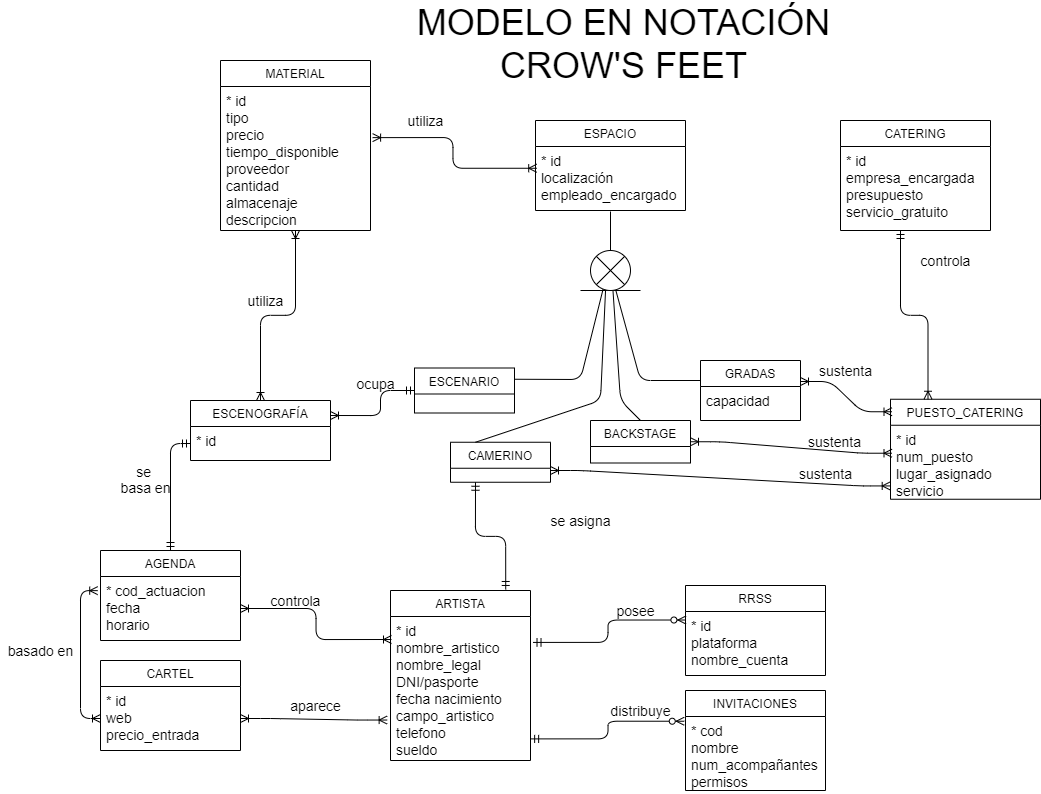
Earlier version of the draw.io export Modelo físico/Crows_feet.png (mariaalamocedillo/Quevedofest). Source tidied: cells renumbered, new cells last; positions are measured from the earlier drawing's top-left corner, leaving out a move shared by most shapes. Source of this version:
```xml
<mxGraphModel>
  <root>
    <mxCell id="0" />
    <mxCell id="1" parent="0" />
    <mxCell id="2" value="ESCENOGRAFÍA" style="swimlane;fontStyle=0;horizontal=1;startSize=26;fillColor=none;" parent="1" vertex="1">
      <mxGeometry x="190" y="400" width="140" height="60" as="geometry" />
    </mxCell>
    <mxCell id="3" value="* id" style="text;strokeColor=none;fillColor=none;align=left;verticalAlign=top;spacingLeft=4;spacingRight=4;overflow=hidden;points=[[0,0.5],[1,0.5]];portConstraint=eastwest;fontSize=14;" parent="2" vertex="1">
      <mxGeometry y="26" width="140" height="34" as="geometry" />
    </mxCell>
    <mxCell id="4" value="ARTISTA" style="swimlane;fontStyle=0;horizontal=1;startSize=26;fillColor=none;" parent="1" vertex="1">
      <mxGeometry x="390" y="590" width="140" height="170" as="geometry" />
    </mxCell>
    <mxCell id="5" value="* id&#10;nombre_artistico&#10;nombre_legal&#10;DNI/pasporte&#10;fecha nacimiento&#10;campo_artistico&#10;telefono&#10;sueldo " style="text;strokeColor=none;fillColor=none;align=left;verticalAlign=top;spacingLeft=4;spacingRight=4;overflow=hidden;points=[[0,0.5],[1,0.5]];portConstraint=eastwest;fontSize=14;" parent="4" vertex="1">
      <mxGeometry y="26" width="140" height="144" as="geometry" />
    </mxCell>
    <mxCell id="6" value="RRSS" style="swimlane;fontStyle=0;horizontal=1;startSize=26;fillColor=none;" parent="1" vertex="1">
      <mxGeometry x="685" y="585" width="140" height="90" as="geometry" />
    </mxCell>
    <mxCell id="7" value="* id&#10;plataforma&#10;nombre_cuenta" style="text;strokeColor=none;fillColor=none;align=left;verticalAlign=top;spacingLeft=4;spacingRight=4;overflow=hidden;points=[[0,0.5],[1,0.5]];portConstraint=eastwest;fontSize=14;" parent="6" vertex="1">
      <mxGeometry y="26" width="140" height="64" as="geometry" />
    </mxCell>
    <mxCell id="8" value="CARTEL" style="swimlane;fontStyle=0;horizontal=1;startSize=26;fillColor=none;" parent="1" vertex="1">
      <mxGeometry x="100" y="660" width="140" height="90" as="geometry" />
    </mxCell>
    <mxCell id="9" value="* id&#10;web&#10;precio_entrada&#10;" style="text;strokeColor=none;fillColor=none;align=left;verticalAlign=top;spacingLeft=4;spacingRight=4;overflow=hidden;points=[[0,0.5],[1,0.5]];portConstraint=eastwest;fontSize=14;" parent="8" vertex="1">
      <mxGeometry y="26" width="140" height="64" as="geometry" />
    </mxCell>
    <mxCell id="10" value="AGENDA" style="swimlane;fontStyle=0;horizontal=1;startSize=26;fillColor=none;" parent="1" vertex="1">
      <mxGeometry x="100" y="550" width="140" height="90" as="geometry" />
    </mxCell>
    <mxCell id="11" value="* cod_actuacion&#10;fecha&#10;horario " style="text;strokeColor=none;fillColor=none;align=left;verticalAlign=top;spacingLeft=4;spacingRight=4;overflow=hidden;points=[[0,0.5],[1,0.5]];portConstraint=eastwest;fontSize=14;" parent="10" vertex="1">
      <mxGeometry y="26" width="140" height="64" as="geometry" />
    </mxCell>
    <mxCell id="12" value="INVITACIONES" style="swimlane;fontStyle=0;horizontal=1;startSize=26;fillColor=none;" parent="1" vertex="1">
      <mxGeometry x="685" y="690" width="140" height="100" as="geometry" />
    </mxCell>
    <mxCell id="13" value="* cod&#10;nombre&#10;num_acompañantes&#10;permisos " style="text;strokeColor=none;fillColor=none;align=left;verticalAlign=top;spacingLeft=4;spacingRight=4;overflow=hidden;points=[[0,0.5],[1,0.5]];portConstraint=eastwest;fontSize=14;" parent="12" vertex="1">
      <mxGeometry y="26" width="140" height="74" as="geometry" />
    </mxCell>
    <mxCell id="14" style="edgeStyle=orthogonalEdgeStyle;fontSize=12;html=1;endArrow=ERzeroToMany;startArrow=ERmandOne;exitX=1.018;exitY=0.18;exitDx=0;exitDy=0;exitPerimeter=0;entryX=0.003;entryY=0.133;entryDx=0;entryDy=0;entryPerimeter=0;" parent="1" edge="1" source="5" target="7">
      <mxGeometry relative="1" as="geometry" />
    </mxCell>
    <mxCell id="15" style="edgeStyle=orthogonalEdgeStyle;fontSize=12;html=1;endArrow=ERzeroToMany;startArrow=ERmandOne;exitX=1.001;exitY=0.85;exitDx=0;exitDy=0;exitPerimeter=0;entryX=-0.009;entryY=0.064;entryDx=0;entryDy=0;entryPerimeter=0;" parent="1" edge="1" source="5" target="13">
      <mxGeometry relative="1" as="geometry" />
    </mxCell>
    <mxCell id="16" style="fontSize=12;html=1;endArrow=ERoneToMany;startArrow=ERoneToMany;exitX=1;exitY=0.5;exitDx=0;exitDy=0;edgeStyle=orthogonalEdgeStyle;" parent="1" edge="1" source="11">
      <mxGeometry relative="1" as="geometry">
        <mxPoint x="391" y="639" as="targetPoint" />
      </mxGeometry>
    </mxCell>
    <mxCell id="17" style="edgeStyle=entityRelationEdgeStyle;fontSize=12;html=1;endArrow=ERoneToMany;startArrow=ERoneToMany;exitX=-0.024;exitY=0.719;exitDx=0;exitDy=0;entryX=1;entryY=0.5;entryDx=0;entryDy=0;exitPerimeter=0;" parent="1" edge="1" source="5" target="9">
      <mxGeometry relative="1" as="geometry" />
    </mxCell>
    <mxCell id="18" style="edgeStyle=orthogonalEdgeStyle;fontSize=12;html=1;endArrow=ERoneToMany;startArrow=ERoneToMany;exitX=0;exitY=0.5;exitDx=0;exitDy=0;entryX=-0.02;entryY=0.221;entryDx=0;entryDy=0;entryPerimeter=0;" parent="1" edge="1" source="9" target="11">
      <mxGeometry relative="1" as="geometry">
        <Array as="points">
          <mxPoint x="80" y="718" />
          <mxPoint x="80" y="590" />
        </Array>
      </mxGeometry>
    </mxCell>
    <mxCell id="19" value="ESPACIO" style="swimlane;fontStyle=0;horizontal=1;startSize=26;fillColor=none;" parent="1" vertex="1">
      <mxGeometry x="535" y="120" width="150" height="90" as="geometry" />
    </mxCell>
    <mxCell id="20" value="* id&#10;localización&#10;empleado_encargado " style="text;strokeColor=none;fillColor=none;align=left;verticalAlign=top;spacingLeft=4;spacingRight=4;overflow=hidden;points=[[0,0.5],[1,0.5]];portConstraint=eastwest;fontSize=14;" parent="19" vertex="1">
      <mxGeometry y="26" width="150" height="64" as="geometry" />
    </mxCell>
    <mxCell id="21" value="controla" style="text;html=1;align=center;verticalAlign=middle;strokeColor=none;fontSize=14;" parent="1" vertex="1">
      <mxGeometry x="260" y="590" width="70" height="20" as="geometry" />
    </mxCell>
    <mxCell id="22" value="aparece" style="text;html=1;align=center;verticalAlign=middle;strokeColor=none;fontSize=14;" parent="1" vertex="1">
      <mxGeometry x="280" y="695" width="70" height="20" as="geometry" />
    </mxCell>
    <mxCell id="23" value="basado en" style="text;html=1;align=center;verticalAlign=middle;strokeColor=none;fontSize=14;" parent="1" vertex="1">
      <mxGeometry y="640" width="80" height="20" as="geometry" />
    </mxCell>
    <mxCell id="24" value="distribuye" style="text;html=1;align=center;verticalAlign=middle;strokeColor=none;fontSize=14;" parent="1" vertex="1">
      <mxGeometry x="600" y="700" width="80" height="20" as="geometry" />
    </mxCell>
    <mxCell id="25" value="posee" style="text;html=1;align=center;verticalAlign=middle;strokeColor=none;fontSize=14;" parent="1" vertex="1">
      <mxGeometry x="610" y="600" width="50" height="20" as="geometry" />
    </mxCell>
    <mxCell id="26" value="se &lt;br&gt;basa en" style="text;html=1;align=center;verticalAlign=middle;strokeColor=none;fontSize=14;" parent="1" vertex="1">
      <mxGeometry x="110" y="458.8" width="70" height="40" as="geometry" />
    </mxCell>
    <mxCell id="27" style="edgeStyle=orthogonalEdgeStyle;fontSize=12;html=1;endArrow=ERmandOne;startArrow=ERmandOne;exitX=0.823;exitY=-0.006;exitDx=0;exitDy=0;exitPerimeter=0;entryX=0.25;entryY=1;entryDx=0;entryDy=0;" parent="1" edge="1" source="4" target="40">
      <mxGeometry relative="1" as="geometry" />
    </mxCell>
    <mxCell id="28" value="se asigna" style="text;html=1;align=center;verticalAlign=middle;strokeColor=none;fontSize=14;" parent="1" vertex="1">
      <mxGeometry x="540" y="510" width="80" height="20" as="geometry" />
    </mxCell>
    <mxCell id="29" style="edgeStyle=orthogonalEdgeStyle;fontSize=12;html=1;endArrow=ERoneToMany;startArrow=ERmandOne;entryX=1;entryY=0.25;entryDx=0;entryDy=0;exitX=0;exitY=0.5;exitDx=0;exitDy=0;" parent="1" edge="1" source="41" target="2">
      <mxGeometry relative="1" as="geometry">
        <Array as="points">
          <mxPoint x="380" y="390" />
          <mxPoint x="380" y="415" />
        </Array>
      </mxGeometry>
    </mxCell>
    <mxCell id="30" value="ocupa" style="text;html=1;align=center;verticalAlign=middle;strokeColor=none;fontSize=14;" parent="1" vertex="1">
      <mxGeometry x="350" y="372.5" width="50" height="20" as="geometry" />
    </mxCell>
    <mxCell id="31" style="edgeStyle=entityRelationEdgeStyle;fontSize=12;html=1;endArrow=ERoneToMany;startArrow=ERoneToMany;entryX=0.01;entryY=0.125;entryDx=0;entryDy=0;exitX=1;exitY=-0.147;exitDx=0;exitDy=0;entryPerimeter=0;exitPerimeter=0;" parent="1" edge="1" source="43" target="34">
      <mxGeometry relative="1" as="geometry" />
    </mxCell>
    <mxCell id="32" value="CATERING" style="swimlane;fontStyle=0;horizontal=1;startSize=26;fillColor=none;" parent="1" vertex="1">
      <mxGeometry x="840" y="120" width="150" height="110" as="geometry" />
    </mxCell>
    <mxCell id="33" value="* id&#10;empresa_encargada&#10;presupuesto&#10;servicio_gratuito&#10;" style="text;strokeColor=none;fillColor=none;align=left;verticalAlign=top;spacingLeft=4;spacingRight=4;overflow=hidden;fontSize=14;" parent="32" vertex="1">
      <mxGeometry y="26" width="150" height="84" as="geometry" />
    </mxCell>
    <mxCell id="34" value="PUESTO_CATERING" style="swimlane;fontStyle=0;horizontal=1;startSize=26;fillColor=none;" parent="1" vertex="1">
      <mxGeometry x="890" y="398.8" width="150" height="100" as="geometry" />
    </mxCell>
    <mxCell id="35" value="* id&#10;num_puesto&#10;lugar_asignado&#10;servicio" style="text;strokeColor=none;fillColor=none;align=left;verticalAlign=top;spacingLeft=4;spacingRight=4;overflow=hidden;points=[[0,0.5],[1,0.5]];portConstraint=eastwest;fontSize=14;" parent="34" vertex="1">
      <mxGeometry y="26" width="150" height="74" as="geometry" />
    </mxCell>
    <mxCell id="36" style="edgeStyle=elbowEdgeStyle;fontSize=12;html=1;endArrow=ERoneToMany;startArrow=ERmandOne;entryX=0.25;entryY=0;entryDx=0;entryDy=0;elbow=vertical;" parent="1" edge="1" target="34">
      <mxGeometry relative="1" as="geometry">
        <mxPoint x="900" y="230" as="sourcePoint" />
      </mxGeometry>
    </mxCell>
    <mxCell id="37" value="controla" style="text;html=1;align=center;verticalAlign=middle;strokeColor=none;fontSize=14;" parent="1" vertex="1">
      <mxGeometry x="910" y="250" width="70" height="20" as="geometry" />
    </mxCell>
    <mxCell id="38" value="sustenta" style="text;html=1;align=center;verticalAlign=middle;strokeColor=none;fontSize=14;" parent="1" vertex="1">
      <mxGeometry x="810" y="360" width="70" height="20" as="geometry" />
    </mxCell>
    <mxCell id="39" value="BACKSTAGE" style="swimlane;fontStyle=0;horizontal=1;startSize=26;fillColor=none;" parent="1" vertex="1">
      <mxGeometry x="590" y="420" width="100" height="42.5" as="geometry" />
    </mxCell>
    <mxCell id="40" value="CAMERINO" style="swimlane;fontStyle=0;horizontal=1;startSize=26;fillColor=none;" parent="1" vertex="1">
      <mxGeometry x="450" y="441.8" width="100" height="40" as="geometry" />
    </mxCell>
    <mxCell id="41" value="ESCENARIO" style="swimlane;fontStyle=0;horizontal=1;startSize=26;fillColor=none;" parent="1" vertex="1">
      <mxGeometry x="414" y="367.5" width="100" height="45" as="geometry" />
    </mxCell>
    <mxCell id="42" value="GRADAS" style="swimlane;fontStyle=0;horizontal=1;startSize=26;fillColor=none;" parent="1" vertex="1">
      <mxGeometry x="700" y="360" width="100" height="60" as="geometry" />
    </mxCell>
    <mxCell id="43" value="capacidad" style="text;strokeColor=none;fillColor=none;align=left;verticalAlign=top;spacingLeft=4;spacingRight=4;overflow=hidden;points=[[0,0.5],[1,0.5]];portConstraint=eastwest;fontSize=14;" parent="42" vertex="1">
      <mxGeometry y="26" width="100" height="34" as="geometry" />
    </mxCell>
    <mxCell id="44" style="edgeStyle=entityRelationEdgeStyle;fontSize=12;html=1;endArrow=ERoneToMany;startArrow=ERoneToMany;entryX=-0.002;entryY=0.82;entryDx=0;entryDy=0;entryPerimeter=0;" parent="1" edge="1" target="35">
      <mxGeometry relative="1" as="geometry">
        <mxPoint x="550" y="470" as="sourcePoint" />
      </mxGeometry>
    </mxCell>
    <mxCell id="45" value="sustenta" style="text;html=1;align=center;verticalAlign=middle;strokeColor=none;fontSize=14;" parent="1" vertex="1">
      <mxGeometry x="790" y="462.5" width="70" height="20" as="geometry" />
    </mxCell>
    <mxCell id="46" style="endArrow=none;html=1;fontSize=14;" parent="1" edge="1">
      <mxGeometry relative="1" as="geometry">
        <mxPoint x="580" y="290" as="sourcePoint" />
        <mxPoint x="640" y="290" as="targetPoint" />
      </mxGeometry>
    </mxCell>
    <mxCell id="47" style="endArrow=none;html=1;fontSize=14;entryX=0.5;entryY=0;entryDx=0;entryDy=0;" parent="1" edge="1" target="52">
      <mxGeometry relative="1" as="geometry">
        <mxPoint x="610" y="211" as="sourcePoint" />
      </mxGeometry>
    </mxCell>
    <mxCell id="48" style="endArrow=none;html=1;fontSize=14;exitX=1;exitY=0.25;exitDx=0;exitDy=0;entryX=0.318;entryY=0.953;entryDx=0;entryDy=0;entryPerimeter=0;" parent="1" edge="1" source="41" target="52">
      <mxGeometry relative="1" as="geometry">
        <Array as="points">
          <mxPoint x="580" y="379" />
        </Array>
      </mxGeometry>
    </mxCell>
    <mxCell id="49" style="endArrow=none;html=1;fontSize=14;" parent="1" edge="1" target="52">
      <mxGeometry relative="1" as="geometry">
        <mxPoint x="700" y="380" as="sourcePoint" />
        <Array as="points">
          <mxPoint x="640" y="380" />
        </Array>
      </mxGeometry>
    </mxCell>
    <mxCell id="50" style="endArrow=none;html=1;fontSize=14;exitX=0.25;exitY=0;exitDx=0;exitDy=0;entryX=0.395;entryY=0.585;entryDx=0;entryDy=0;entryPerimeter=0;" parent="1" edge="1" source="40" target="52">
      <mxGeometry relative="1" as="geometry">
        <Array as="points">
          <mxPoint x="600" y="400" />
        </Array>
      </mxGeometry>
    </mxCell>
    <mxCell id="51" style="endArrow=none;html=1;fontSize=14;exitX=0.5;exitY=0;exitDx=0;exitDy=0;entryX=0.528;entryY=0.508;entryDx=0;entryDy=0;entryPerimeter=0;" parent="1" edge="1" source="39" target="52">
      <mxGeometry relative="1" as="geometry">
        <Array as="points">
          <mxPoint x="620" y="400" />
        </Array>
      </mxGeometry>
    </mxCell>
    <mxCell id="52" style="shape=sumEllipse;perimeter=ellipsePerimeter;whiteSpace=wrap;html=1;backgroundOutline=1;fontSize=14;" parent="1" vertex="1">
      <mxGeometry x="590" y="250" width="40" height="40" as="geometry" />
    </mxCell>
    <mxCell id="53" value="MATERIAL" style="swimlane;fontStyle=0;horizontal=1;startSize=26;fillColor=none;" parent="1" vertex="1">
      <mxGeometry x="220" y="60" width="150" height="170" as="geometry" />
    </mxCell>
    <mxCell id="54" value="* id&#10;tipo&#10;precio&#10;tiempo_disponible&#10;proveedor&#10;cantidad&#10;almacenaje&#10;descripcion" style="text;strokeColor=none;fillColor=none;align=left;verticalAlign=top;spacingLeft=4;spacingRight=4;overflow=hidden;points=[[0,0.5],[1,0.5]];portConstraint=eastwest;fontSize=14;" parent="53" vertex="1">
      <mxGeometry y="26" width="150" height="144" as="geometry" />
    </mxCell>
    <mxCell id="55" style="fontSize=12;html=1;endArrow=ERoneToMany;startArrow=ERoneToMany;exitX=1.014;exitY=0.355;exitDx=0;exitDy=0;edgeStyle=orthogonalEdgeStyle;exitPerimeter=0;entryX=0.008;entryY=0.34;entryDx=0;entryDy=0;entryPerimeter=0;" parent="1" edge="1" source="54" target="20">
      <mxGeometry relative="1" as="geometry" />
    </mxCell>
    <mxCell id="56" style="fontSize=12;html=1;endArrow=ERoneToMany;startArrow=ERoneToMany;entryX=0.5;entryY=0;entryDx=0;entryDy=0;edgeStyle=elbowEdgeStyle;elbow=vertical;" parent="1" edge="1" source="54" target="2">
      <mxGeometry relative="1" as="geometry" />
    </mxCell>
    <mxCell id="57" value="utiliza" style="text;html=1;align=center;verticalAlign=middle;strokeColor=none;fontSize=14;" parent="1" vertex="1">
      <mxGeometry x="400" y="110" width="50" height="20" as="geometry" />
    </mxCell>
    <mxCell id="58" value="utiliza" style="text;html=1;align=center;verticalAlign=middle;strokeColor=none;fontSize=14;" parent="1" vertex="1">
      <mxGeometry x="240" y="290" width="50" height="20" as="geometry" />
    </mxCell>
    <mxCell id="59" value="&lt;span style=&quot;font-size: 36px&quot;&gt;MODELO EN NOTACIÓN CROW'S FEET&lt;/span&gt;" style="text;html=1;strokeColor=none;fillColor=none;align=center;verticalAlign=middle;whiteSpace=wrap;rounded=0;" parent="1" vertex="1">
      <mxGeometry x="414" width="419" height="85.7" as="geometry" />
    </mxCell>
    <mxCell id="60" style="edgeStyle=orthogonalEdgeStyle;fontSize=12;html=1;endArrow=ERmandOne;startArrow=ERmandOne;exitX=0.5;exitY=0;exitDx=0;exitDy=0;entryX=0;entryY=0.5;entryDx=0;entryDy=0;" parent="1" edge="1" source="10" target="3">
      <mxGeometry relative="1" as="geometry" />
    </mxCell>
    <mxCell id="61" style="edgeStyle=entityRelationEdgeStyle;fontSize=12;html=1;endArrow=ERoneToMany;startArrow=ERoneToMany;entryX=0.01;entryY=0.378;entryDx=0;entryDy=0;exitX=1;exitY=0.5;exitDx=0;exitDy=0;entryPerimeter=0;" parent="1" edge="1" source="39" target="35">
      <mxGeometry relative="1" as="geometry" />
    </mxCell>
    <mxCell id="62" value="sustenta" style="text;html=1;align=center;verticalAlign=middle;strokeColor=none;fontSize=14;" parent="1" vertex="1">
      <mxGeometry x="798.5" y="430.5" width="70" height="20" as="geometry" />
    </mxCell>
  </root>
</mxGraphModel>
```
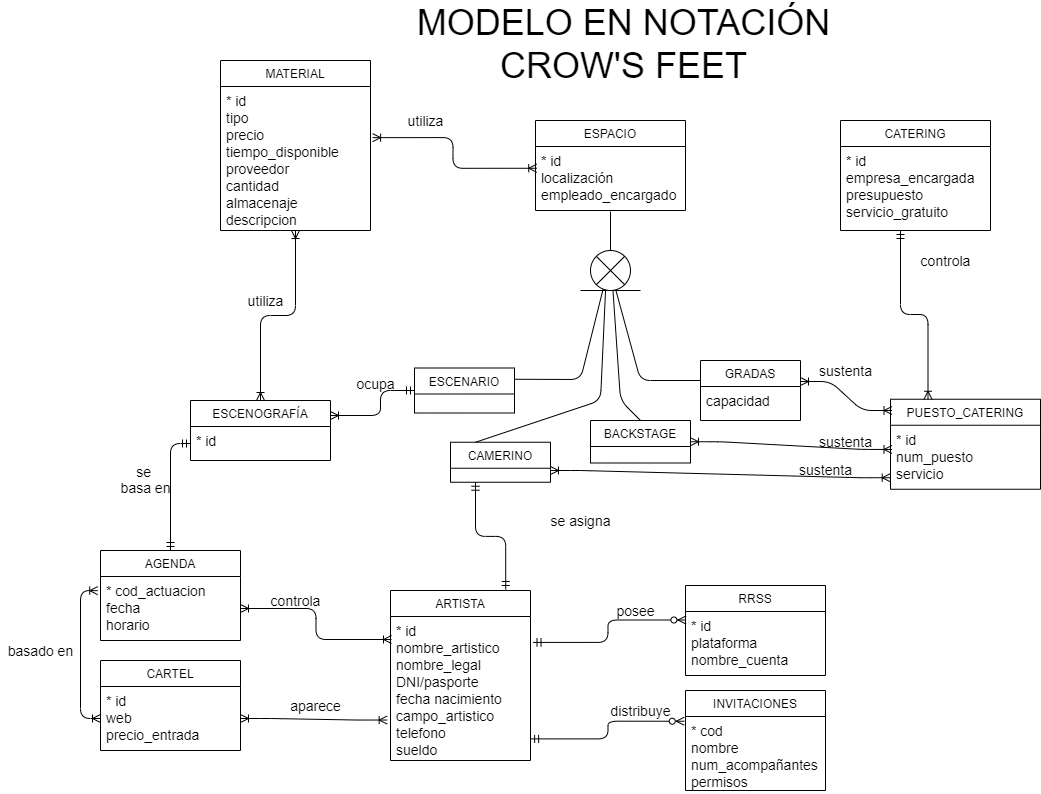
After the commit.

Diff of the diagram source:
```diff
@@ -111,10 +111,10 @@
       <mxGeometry y="26" width="150" height="84" as="geometry" />
     </mxCell>
     <mxCell id="34" value="PUESTO_CATERING" style="swimlane;fontStyle=0;horizontal=1;startSize=26;fillColor=none;" parent="1" vertex="1">
-      <mxGeometry x="890" y="398.8" width="150" height="100" as="geometry" />
+      <mxGeometry x="890" y="398.8" width="150" height="90" as="geometry" />
     </mxCell>
-    <mxCell id="35" value="* id&#10;num_puesto&#10;lugar_asignado&#10;servicio" style="text;strokeColor=none;fillColor=none;align=left;verticalAlign=top;spacingLeft=4;spacingRight=4;overflow=hidden;points=[[0,0.5],[1,0.5]];portConstraint=eastwest;fontSize=14;" parent="34" vertex="1">
-      <mxGeometry y="26" width="150" height="74" as="geometry" />
+    <mxCell id="35" value="* id&#10;num_puesto&#10;servicio" style="text;strokeColor=none;fillColor=none;align=left;verticalAlign=top;spacingLeft=4;spacingRight=4;overflow=hidden;points=[[0,0.5],[1,0.5]];portConstraint=eastwest;fontSize=14;" parent="34" vertex="1">
+      <mxGeometry y="26" width="150" height="64" as="geometry" />
     </mxCell>
     <mxCell id="36" style="edgeStyle=elbowEdgeStyle;fontSize=12;html=1;endArrow=ERoneToMany;startArrow=ERmandOne;entryX=0.25;entryY=0;entryDx=0;entryDy=0;elbow=vertical;" parent="1" edge="1" target="34">
       <mxGeometry relative="1" as="geometry">
@@ -148,7 +148,7 @@
       </mxGeometry>
     </mxCell>
     <mxCell id="45" value="sustenta" style="text;html=1;align=center;verticalAlign=middle;strokeColor=none;fontSize=14;" parent="1" vertex="1">
-      <mxGeometry x="790" y="462.5" width="70" height="20" as="geometry" />
+      <mxGeometry x="790" y="458.8" width="70" height="20" as="geometry" />
     </mxCell>
     <mxCell id="46" style="endArrow=none;html=1;fontSize=14;" parent="1" edge="1">
       <mxGeometry relative="1" as="geometry">
@@ -221,7 +221,7 @@
       <mxGeometry relative="1" as="geometry" />
     </mxCell>
     <mxCell id="62" value="sustenta" style="text;html=1;align=center;verticalAlign=middle;strokeColor=none;fontSize=14;" parent="1" vertex="1">
-      <mxGeometry x="798.5" y="430.5" width="70" height="20" as="geometry" />
+      <mxGeometry x="810" y="431.2" width="70" height="20" as="geometry" />
     </mxCell>
   </root>
 </mxGraphModel>
```
